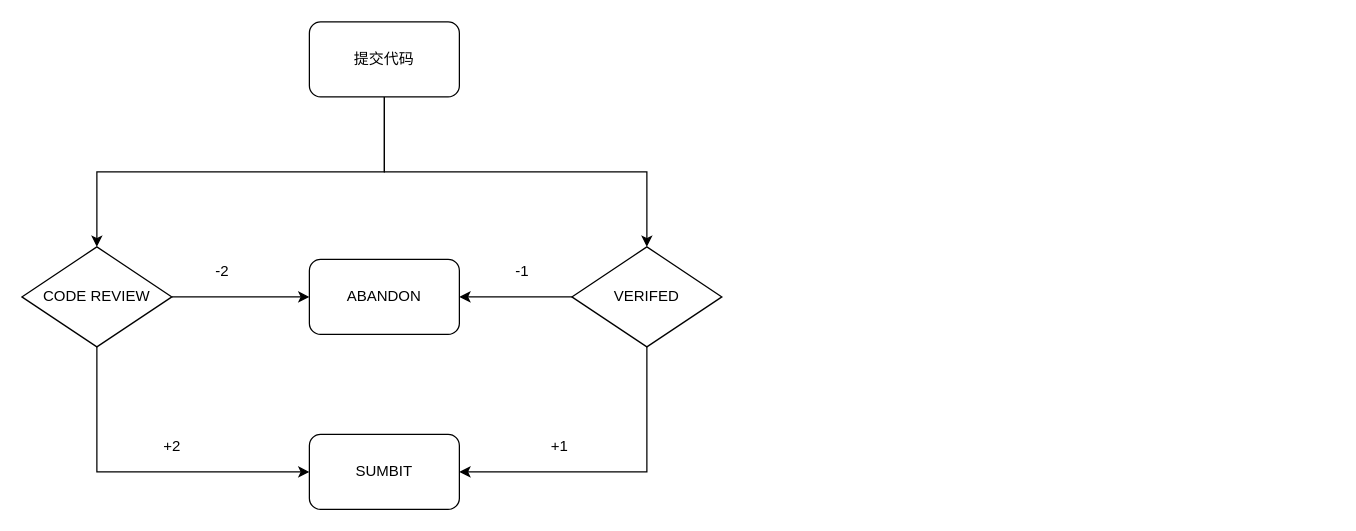
This is Gerrit代码审查流程.drawio from 1226151667/draw, a draw.io file, before an edit. Source tidied: cells renumbered, new cells numbered last; positions are measured from the earlier drawing's top-left corner, leaving out a move shared by most shapes. Both pictures are drawn from the tidied source at 125%, with x=0, y=0 at pixel (21, 21).
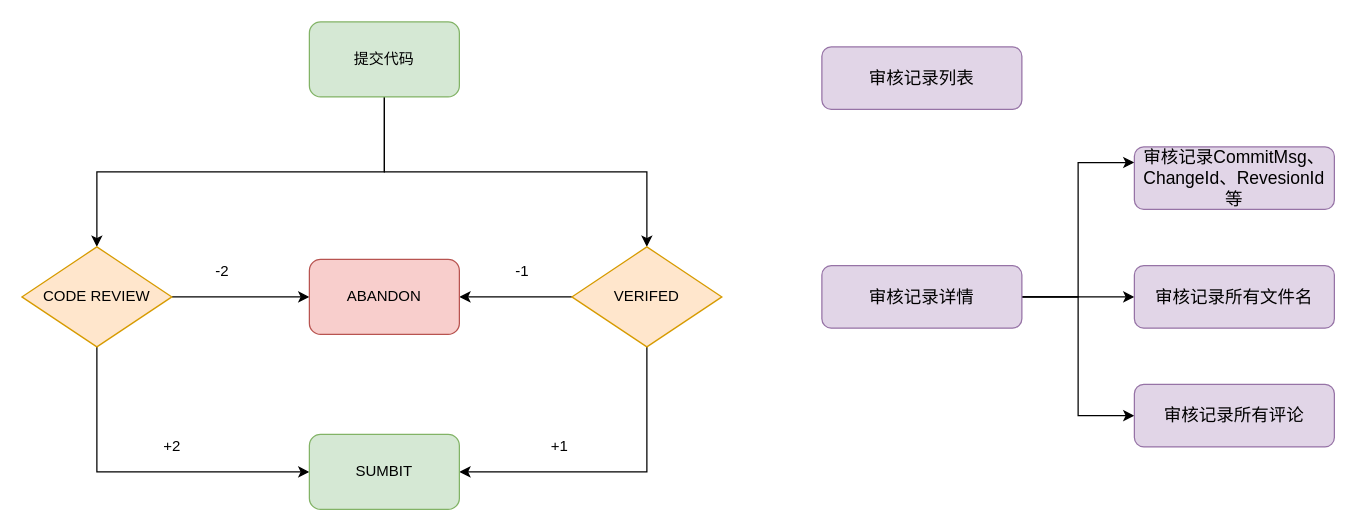
Above is the later version.

Commit message (it also covers changes not shown here):
更新Gerrit代码审查流程.drawio

What changed in the source:
```diff
@@
-    <mxCell id="4" value="提交代码" style="rounded=1;whiteSpace=wrap;html=1;" parent="1" vertex="1">
+    <mxCell id="4" value="提交代码" style="rounded=1;whiteSpace=wrap;html=1;fillColor=#d5e8d4;strokeColor=#82b366;" parent="1" vertex="1">
       <mxGeometry x="230" width="120" height="60" as="geometry" />
     </mxCell>
@@
-    <mxCell id="7" value="CODE REVIEW" style="rhombus;whiteSpace=wrap;html=1;" parent="1" vertex="1">
+    <mxCell id="7" value="CODE REVIEW" style="rhombus;whiteSpace=wrap;html=1;fillColor=#ffe6cc;strokeColor=#d79b00;" parent="1" vertex="1">
       <mxGeometry y="180" width="120" height="80" as="geometry" />
     </mxCell>
@@
-    <mxCell id="10" value="VERIFED" style="rhombus;whiteSpace=wrap;html=1;" parent="1" vertex="1">
+    <mxCell id="10" value="VERIFED" style="rhombus;whiteSpace=wrap;html=1;fillColor=#ffe6cc;strokeColor=#d79b00;" parent="1" vertex="1">
       <mxGeometry x="440" y="180" width="120" height="80" as="geometry" />
     </mxCell>
-    <mxCell id="11" value="SUMBIT" style="rounded=1;whiteSpace=wrap;html=1;" parent="1" vertex="1">
+    <mxCell id="11" value="SUMBIT" style="rounded=1;whiteSpace=wrap;html=1;fillColor=#d5e8d4;strokeColor=#82b366;" parent="1" vertex="1">
       <mxGeometry x="230" y="330" width="120" height="60" as="geometry" />
     </mxCell>
-    <mxCell id="12" value="ABANDON" style="rounded=1;whiteSpace=wrap;html=1;" parent="1" vertex="1">
+    <mxCell id="12" value="ABANDON" style="rounded=1;whiteSpace=wrap;html=1;fillColor=#f8cecc;strokeColor=#b85450;" parent="1" vertex="1">
       <mxGeometry x="230" y="190" width="120" height="60" as="geometry" />
     </mxCell>
@@
+    <mxCell id="17" value="审核记录列表" style="rounded=1;whiteSpace=wrap;html=1;fillColor=#e1d5e7;strokeColor=#9673a6;fontSize=14;" parent="1" vertex="1">
+      <mxGeometry x="640" y="20" width="160" height="50" as="geometry" />
+    </mxCell>
+    <mxCell id="18" style="edgeStyle=orthogonalEdgeStyle;rounded=0;jettySize=auto;html=1;entryX=0;entryY=0.25;entryDx=0;entryDy=0;fontSize=14;" parent="1" edge="1" source="21" target="22">
+      <mxGeometry relative="1" as="geometry" />
+    </mxCell>
+    <mxCell id="19" style="edgeStyle=orthogonalEdgeStyle;rounded=0;jettySize=auto;html=1;entryX=0;entryY=0.5;entryDx=0;entryDy=0;fontSize=14;" parent="1" edge="1" source="21" target="23">
+      <mxGeometry relative="1" as="geometry" />
+    </mxCell>
+    <mxCell id="20" style="edgeStyle=orthogonalEdgeStyle;rounded=0;jettySize=auto;html=1;entryX=0;entryY=0.5;entryDx=0;entryDy=0;fontSize=14;" parent="1" edge="1" source="21" target="24">
+      <mxGeometry relative="1" as="geometry" />
+    </mxCell>
+    <mxCell id="21" value="审核记录详情" style="rounded=1;whiteSpace=wrap;html=1;fillColor=#e1d5e7;strokeColor=#9673a6;fontSize=14;" parent="1" vertex="1">
+      <mxGeometry x="640" y="195" width="160" height="50" as="geometry" />
+    </mxCell>
+    <mxCell id="22" value="审核记录CommitMsg、ChangeId、RevesionId等" style="rounded=1;whiteSpace=wrap;html=1;fillColor=#e1d5e7;strokeColor=#9673a6;fontSize=14;" parent="1" vertex="1">
+      <mxGeometry x="890" y="100" width="160" height="50" as="geometry" />
+    </mxCell>
+    <mxCell id="23" value="审核记录所有文件名" style="rounded=1;whiteSpace=wrap;html=1;fillColor=#e1d5e7;strokeColor=#9673a6;fontSize=14;" parent="1" vertex="1">
+      <mxGeometry x="890" y="195" width="160" height="50" as="geometry" />
+    </mxCell>
+    <mxCell id="24" value="审核记录所有评论" style="rounded=1;whiteSpace=wrap;html=1;fillColor=#e1d5e7;strokeColor=#9673a6;fontSize=14;" parent="1" vertex="1">
+      <mxGeometry x="890" y="290" width="160" height="50" as="geometry" />
+    </mxCell>
```
